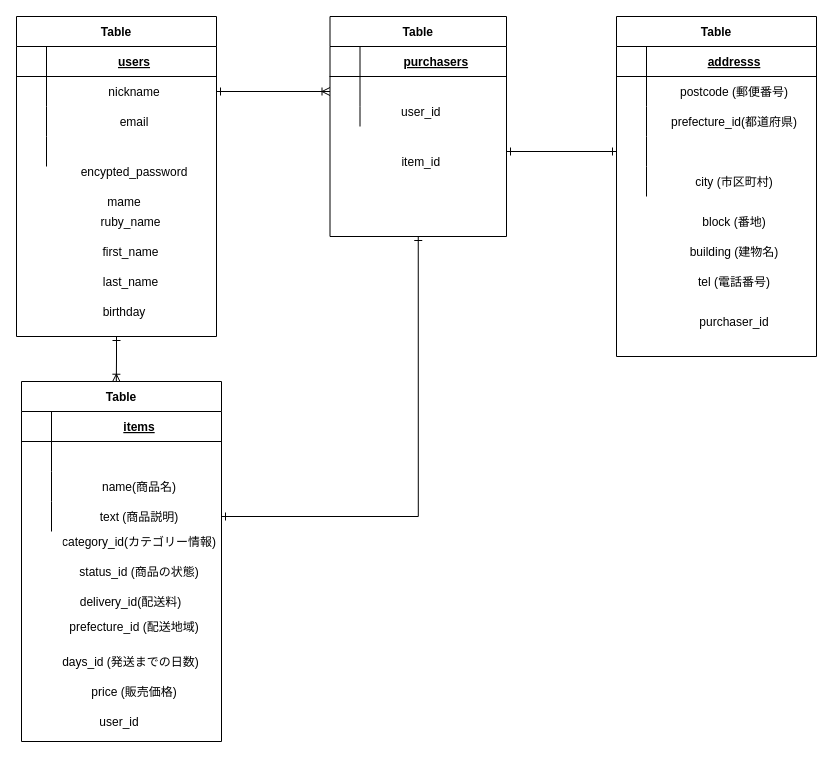
The draw.io diagram app/views/items/test.dio in haze-yuuji/furima-34802, before the edit. Source tidied: cells renumbered, new cells numbered last; positions are measured from the earlier drawing's top-left corner, leaving out a move shared by most shapes. Both pictures are drawn from the tidied source at 100%, with x=0, y=0 at pixel (16, 16).
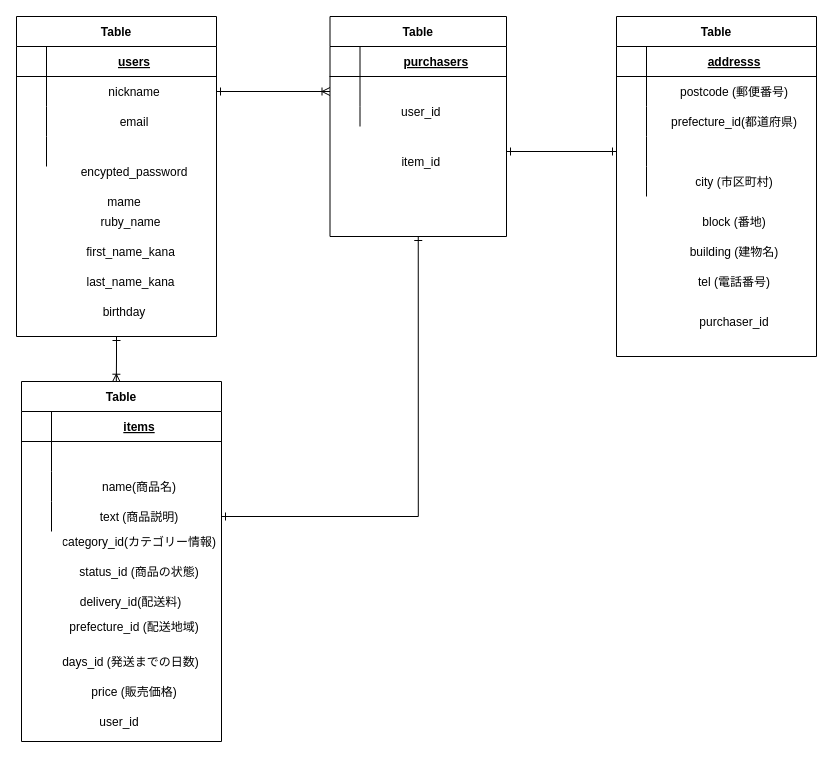
Above is the later version.

Commit message (it also covers changes not shown here):
データベース設計　usersテーブル、カラム名変更

Diff of the diagram source:
```diff
@@
-    <mxCell id="74" value="first_name" style="shape=partialRectangle;fillColor=none;top=0;left=0;bottom=0;right=0;align=center;spacingLeft=6;overflow=hidden;direction=west;" parent="1" vertex="1">
+    <mxCell id="74" value="first_name_kana" style="shape=partialRectangle;fillColor=none;top=0;left=0;bottom=0;right=0;align=center;spacingLeft=6;overflow=hidden;direction=west;" parent="1" vertex="1">
       <mxGeometry x="36.5" y="220" width="150" height="30" as="geometry" />
     </mxCell>
-    <mxCell id="75" value="last_name" style="shape=partialRectangle;fillColor=none;top=0;left=0;bottom=0;right=0;align=center;spacingLeft=6;overflow=hidden;direction=west;" parent="1" vertex="1">
+    <mxCell id="75" value="last_name_kana" style="shape=partialRectangle;fillColor=none;top=0;left=0;bottom=0;right=0;align=center;spacingLeft=6;overflow=hidden;direction=west;" parent="1" vertex="1">
       <mxGeometry x="36.5" y="250" width="150" height="30" as="geometry" />
     </mxCell>
```
